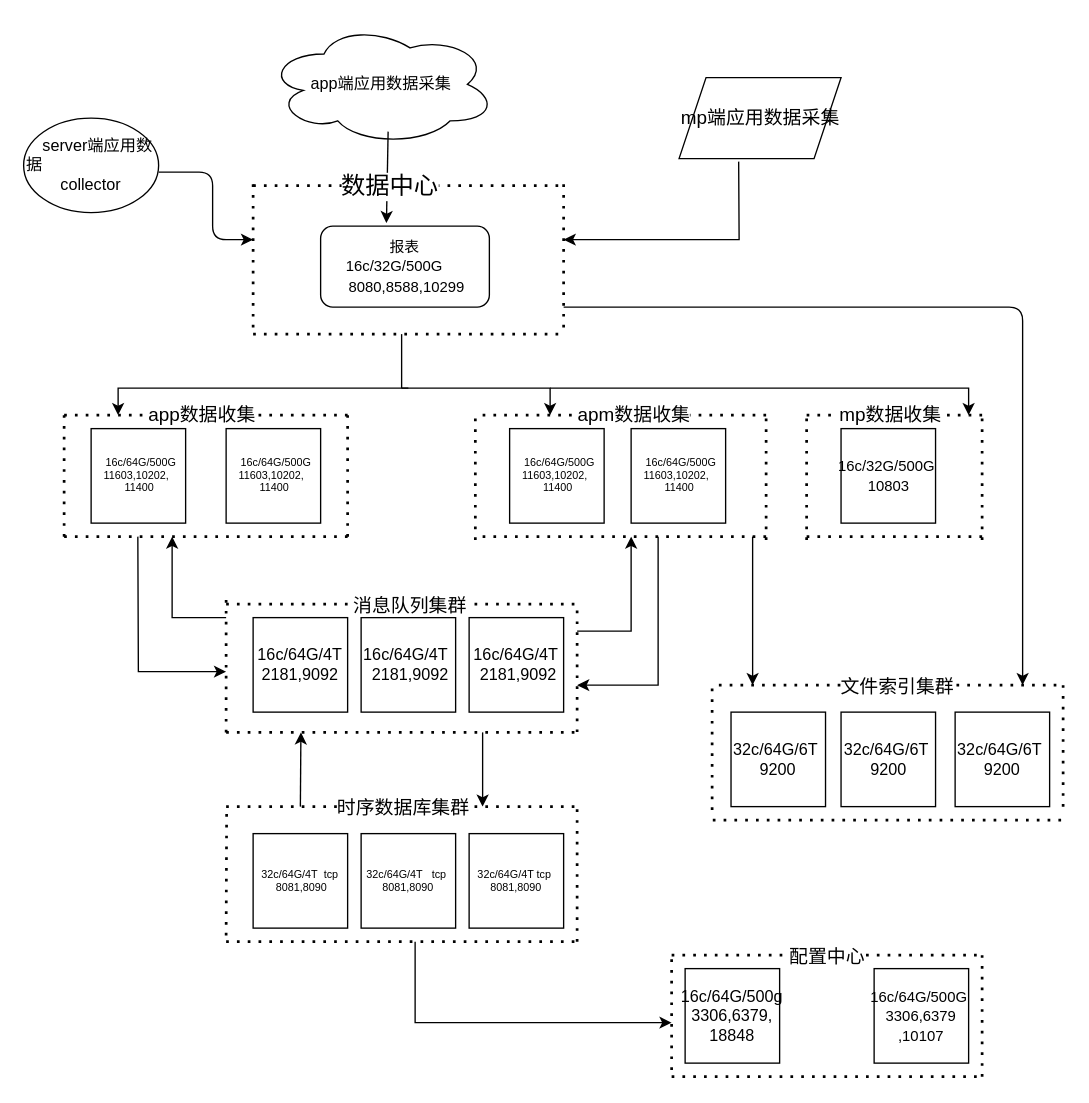
zeng0550/free-programming-books keeps this draw.io diagram as Untitled Diagram.drawio. Above is the earlier version. Source tidied: cells renumbered, new cells numbered last; positions are measured from the earlier drawing's top-left corner, leaving out a move shared by most shapes. Both pictures are drawn from the tidied source at 135%, with x=0, y=0 at pixel (23, 23).
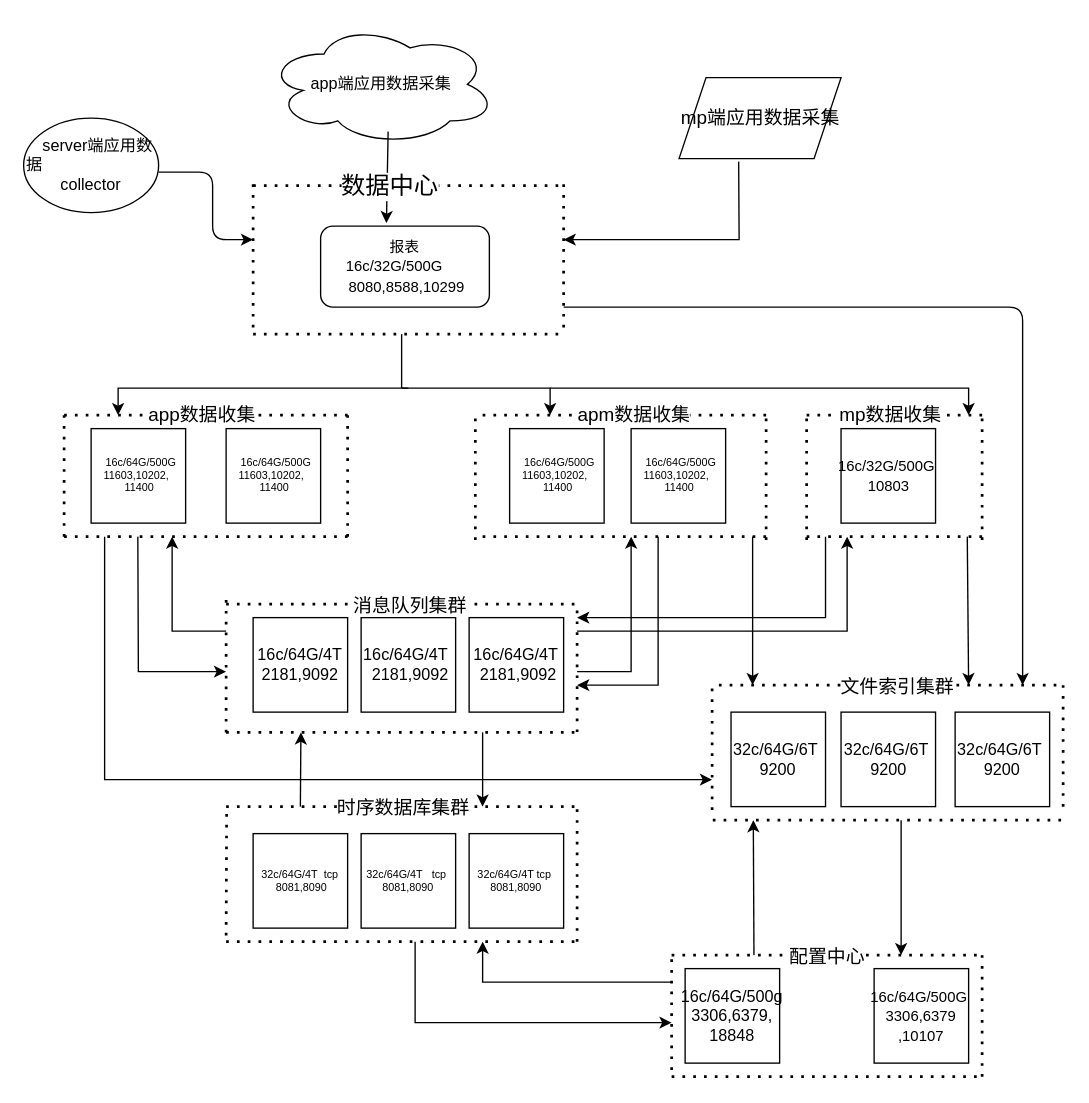
The same diagram, later.

Commit message:
东莞证券扩容.drawio

Change to the diagram source:
```diff
@@
     <mxCell id="73" style="endArrow=classic;html=1;rounded=0;fontSize=18;" parent="1" edge="1">
       <mxGeometry relative="1" as="geometry">
-        <mxPoint x="410" y="450" as="sourcePoint" />
+        <mxPoint x="410" y="480" as="sourcePoint" />
         <mxPoint x="450" y="380" as="targetPoint" />
         <Array as="points">
-          <mxPoint x="450" y="450" />
+          <mxPoint x="450" y="480" />
         </Array>
       </mxGeometry>
     </mxCell>
     <mxCell id="74" style="endArrow=classic;html=1;rounded=0;fontSize=18;" parent="1" edge="1">
       <mxGeometry relative="1" as="geometry">
-        <mxPoint x="150" y="440" as="sourcePoint" />
+        <mxPoint x="150" y="450" as="sourcePoint" />
         <mxPoint x="110" y="380" as="targetPoint" />
         <Array as="points">
-          <mxPoint x="110" y="440" />
+          <mxPoint x="110" y="450" />
         </Array>
       </mxGeometry>
     </mxCell>
+    <mxCell id="75" style="endArrow=classic;html=1;rounded=0;fontSize=18;" parent="1" edge="1">
+      <mxGeometry relative="1" as="geometry">
+        <mxPoint x="541" y="690" as="sourcePoint" />
+        <mxPoint x="540.5" y="590" as="targetPoint" />
+      </mxGeometry>
+    </mxCell>
+    <mxCell id="76" style="endArrow=classic;html=1;rounded=0;fontSize=18;" parent="1" edge="1">
+      <mxGeometry relative="1" as="geometry">
+        <mxPoint x="650" y="590" as="sourcePoint" />
+        <mxPoint x="650" y="690" as="targetPoint" />
+      </mxGeometry>
+    </mxCell>
+    <mxCell id="77" style="endArrow=classic;html=1;rounded=0;fontSize=18;" parent="1" edge="1">
+      <mxGeometry relative="1" as="geometry">
+        <mxPoint x="480" y="710" as="sourcePoint" />
+        <mxPoint x="340" y="680" as="targetPoint" />
+        <Array as="points">
+          <mxPoint x="340" y="710" />
+        </Array>
+      </mxGeometry>
+    </mxCell>
+    <mxCell id="78" style="endArrow=classic;html=1;rounded=0;fontSize=18;" parent="1" edge="1">
+      <mxGeometry relative="1" as="geometry">
+        <mxPoint x="594" y="380" as="sourcePoint" />
+        <mxPoint x="410" y="440" as="targetPoint" />
+        <Array as="points">
+          <mxPoint x="594" y="440" />
+        </Array>
+      </mxGeometry>
+    </mxCell>
+    <mxCell id="79" style="endArrow=classic;html=1;rounded=0;fontSize=18;" parent="1" edge="1">
+      <mxGeometry relative="1" as="geometry">
+        <mxPoint x="410" y="450" as="sourcePoint" />
+        <mxPoint x="610" y="380" as="targetPoint" />
+        <Array as="points">
+          <mxPoint x="610" y="450" />
+        </Array>
+      </mxGeometry>
+    </mxCell>
+    <mxCell id="80" style="endArrow=classic;html=1;rounded=0;fontSize=18;" parent="1" edge="1">
+      <mxGeometry relative="1" as="geometry">
+        <mxPoint x="60" y="380" as="sourcePoint" />
+        <mxPoint x="510" y="560" as="targetPoint" />
+        <Array as="points">
+          <mxPoint x="60" y="560" />
+        </Array>
+      </mxGeometry>
+    </mxCell>
+    <mxCell id="81" style="endArrow=classic;html=1;rounded=0;fontSize=18;" parent="1" edge="1">
+      <mxGeometry relative="1" as="geometry">
+        <mxPoint x="699" y="380" as="sourcePoint" />
+        <mxPoint x="700" y="490" as="targetPoint" />
+      </mxGeometry>
+    </mxCell>
```
